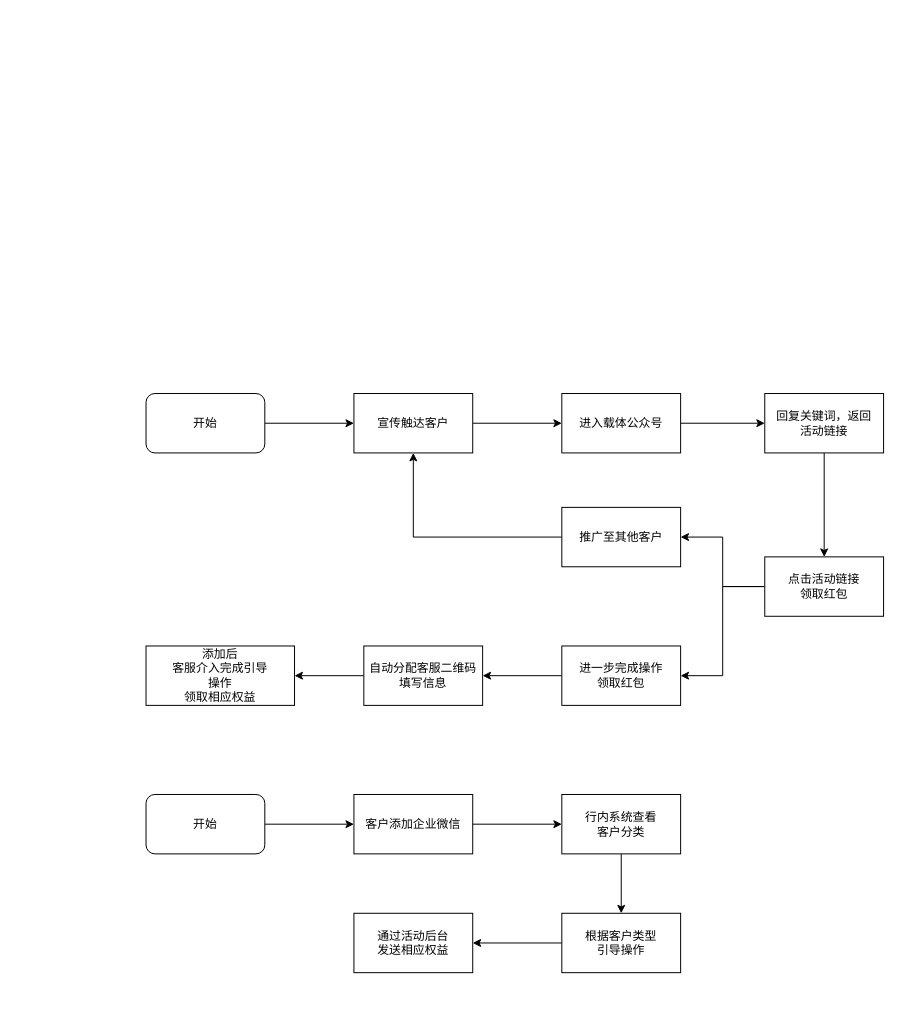
This is 红包.drawio from Xiaodaoye/za, a draw.io file, before an edit. Source tidied: cells renumbered, new cells numbered last; positions are measured from the earlier drawing's top-left corner, leaving out a move shared by most shapes. Both pictures are drawn from the tidied source at 99%, with x=0, y=0 at pixel (146, 393).
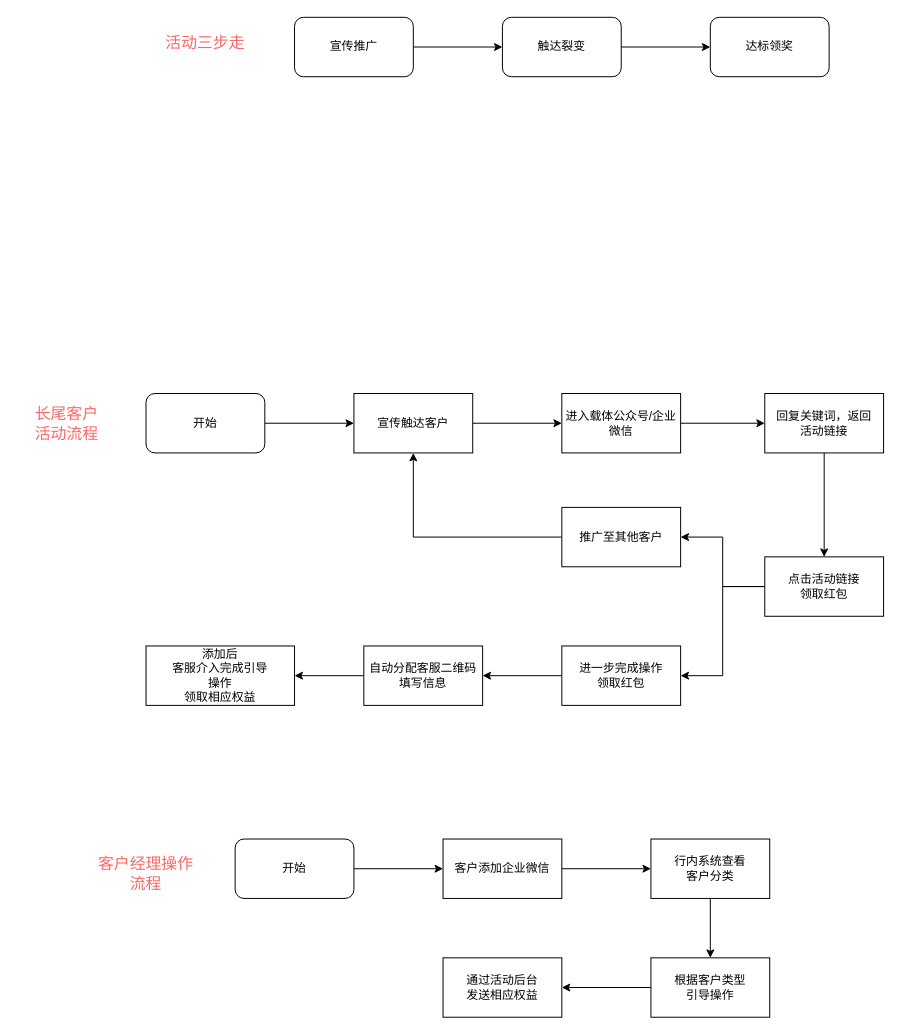
Above is the later version.

What changed in the source:
```diff
@@
-    <mxCell id="7" value="进入载体公众号" style="rounded=0;whiteSpace=wrap;html=1;" parent="1" vertex="1">
+    <mxCell id="7" value="进入载体公众号/企业微信" style="rounded=0;whiteSpace=wrap;html=1;" parent="1" vertex="1">
       <mxGeometry x="420" width="120" height="60" as="geometry" />
     </mxCell>
@@
     <mxCell id="21" value="开始" style="rounded=1;whiteSpace=wrap;html=1;" parent="1" vertex="1">
-      <mxGeometry y="405" width="120" height="60" as="geometry" />
+      <mxGeometry x="90" y="450" width="120" height="60" as="geometry" />
     </mxCell>
@@
     <mxCell id="23" value="客户添加企业微信" style="rounded=0;whiteSpace=wrap;html=1;" parent="1" vertex="1">
-      <mxGeometry x="210" y="405" width="120" height="60" as="geometry" />
+      <mxGeometry x="300" y="450" width="120" height="60" as="geometry" />
     </mxCell>
@@
     <mxCell id="25" value="行内系统查看&lt;br&gt;客户分类" style="rounded=0;whiteSpace=wrap;html=1;" parent="1" vertex="1">
-      <mxGeometry x="420" y="405" width="120" height="60" as="geometry" />
+      <mxGeometry x="510" y="450" width="120" height="60" as="geometry" />
     </mxCell>
@@
     <mxCell id="27" value="根据客户类型&lt;br&gt;引导操作" style="rounded=0;whiteSpace=wrap;html=1;" parent="1" vertex="1">
-      <mxGeometry x="420" y="525" width="120" height="60" as="geometry" />
+      <mxGeometry x="510" y="570" width="120" height="60" as="geometry" />
     </mxCell>
     <mxCell id="28" value="通过活动后台&lt;br&gt;发送相应权益" style="rounded=0;whiteSpace=wrap;html=1;" parent="1" vertex="1">
-      <mxGeometry x="210" y="525" width="120" height="60" as="geometry" />
+      <mxGeometry x="300" y="570" width="120" height="60" as="geometry" />
     </mxCell>
+    <mxCell id="29" value="客户经理操作流程" style="text;html=1;strokeColor=none;fillColor=none;align=center;verticalAlign=middle;whiteSpace=wrap;rounded=0;fontSize=16;fontColor=#FF6666;" parent="1" vertex="1">
+      <mxGeometry x="-50" y="460" width="100" height="50" as="geometry" />
+    </mxCell>
+    <mxCell id="30" value="长尾客户&lt;br&gt;活动流程" style="text;html=1;strokeColor=none;fillColor=none;align=center;verticalAlign=middle;whiteSpace=wrap;rounded=0;fontSize=16;fontColor=#FF6666;" parent="1" vertex="1">
+      <mxGeometry x="-130" y="5" width="100" height="50" as="geometry" />
+    </mxCell>
+    <mxCell id="31" style="edgeStyle=orthogonalEdgeStyle;rounded=0;jettySize=auto;html=1;fontSize=16;fontColor=#FF6666;" parent="1" edge="1" source="32" target="34">
+      <mxGeometry relative="1" as="geometry" />
+    </mxCell>
+    <mxCell id="32" value="宣传推广" style="rounded=1;whiteSpace=wrap;html=1;" parent="1" vertex="1">
+      <mxGeometry x="150" y="-380" width="120" height="60" as="geometry" />
+    </mxCell>
+    <mxCell id="33" style="edgeStyle=orthogonalEdgeStyle;rounded=0;jettySize=auto;html=1;entryX=0;entryY=0.5;entryDx=0;entryDy=0;fontSize=16;fontColor=#FF6666;" parent="1" edge="1" source="34" target="35">
+      <mxGeometry relative="1" as="geometry" />
+    </mxCell>
+    <mxCell id="34" value="触达裂变" style="rounded=1;whiteSpace=wrap;html=1;" parent="1" vertex="1">
+      <mxGeometry x="360" y="-380" width="120" height="60" as="geometry" />
+    </mxCell>
+    <mxCell id="35" value="达标领奖" style="rounded=1;whiteSpace=wrap;html=1;" parent="1" vertex="1">
+      <mxGeometry x="570" y="-380" width="120" height="60" as="geometry" />
+    </mxCell>
+    <mxCell id="36" value="活动三步走" style="text;html=1;strokeColor=none;fillColor=none;align=center;verticalAlign=middle;whiteSpace=wrap;rounded=0;fontSize=16;fontColor=#FF6666;" parent="1" vertex="1">
+      <mxGeometry x="10" y="-380" width="100" height="50" as="geometry" />
+    </mxCell>
```
